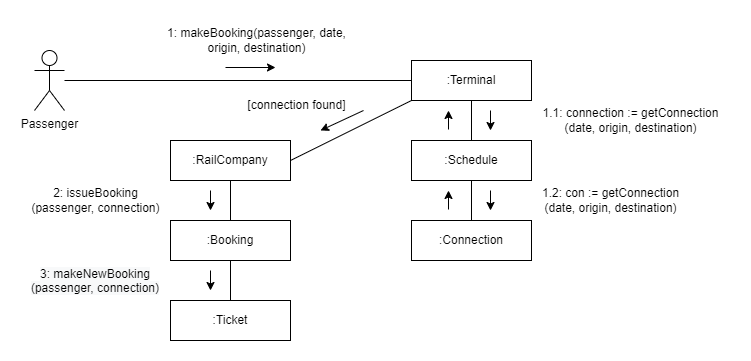
The draw.io diagram problem1_assig4.drawio.png in nkinesis/soen-6461-a4, before a commit. Source tidied: cells renumbered, new cells last; positions are measured from the earlier drawing's top-left corner, leaving out a move shared by most shapes.
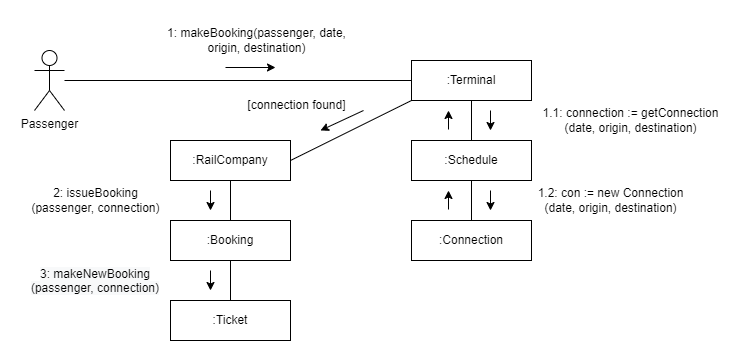
Later version of the same file.

Commit message:
diagram improved for clarity

Change to the diagram source:
```diff
@@ -77,8 +77,8 @@
     <mxCell id="22" value="1.1: connection := getConnection&lt;br&gt;(date, origin, destination)" style="text;html=1;align=center;verticalAlign=middle;strokeColor=none;fillColor=none;" parent="1" vertex="1">
       <mxGeometry x="510" y="80" width="200" height="40" as="geometry" />
     </mxCell>
-    <mxCell id="23" value="1.2: con := getConnection&lt;br&gt;(date, origin, destination)" style="text;html=1;align=center;verticalAlign=middle;strokeColor=none;fillColor=none;" parent="1" vertex="1">
-      <mxGeometry x="510" y="160" width="160" height="40" as="geometry" />
+    <mxCell id="23" value="1.2: con := new Connection&lt;br&gt;(date, origin, destination)" style="text;html=1;align=center;verticalAlign=middle;strokeColor=none;fillColor=none;" parent="1" vertex="1">
+      <mxGeometry x="505" y="160" width="170" height="40" as="geometry" />
     </mxCell>
     <mxCell id="24" style="endArrow=classic;html=1;rounded=0;shadow=0;elbow=vertical;" parent="1" edge="1">
       <mxGeometry relative="1" as="geometry">
```
